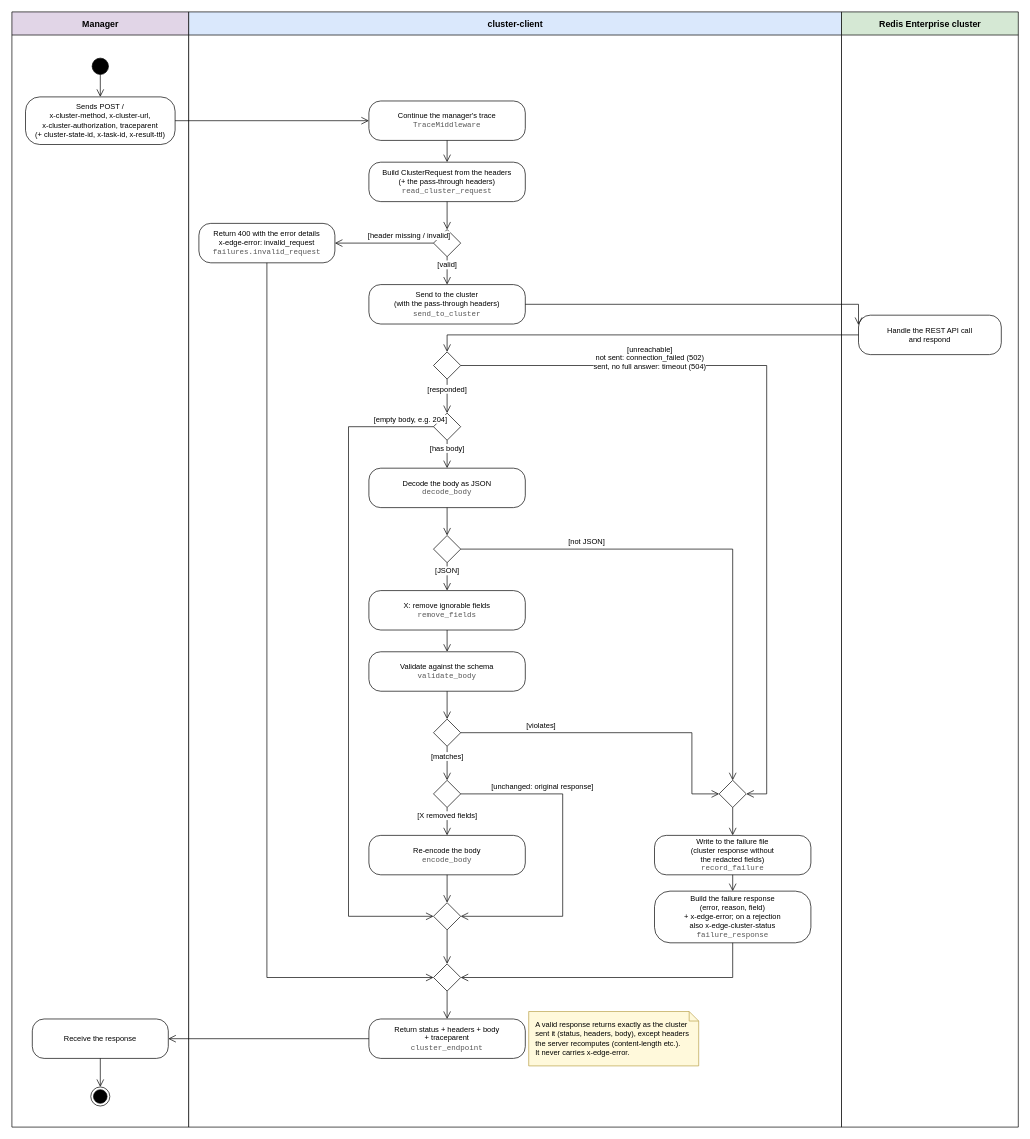
This is docs/diagrams/flow.drawio from EliShteinman/cluster-client, a draw.io file, before an edit. Source tidied: cells renumbered, new cells numbered last; positions are measured from the earlier drawing's top-left corner, leaving out a move shared by most shapes. Both pictures are drawn from the tidied source at 68%, with x=0, y=0 at pixel (12, 12).
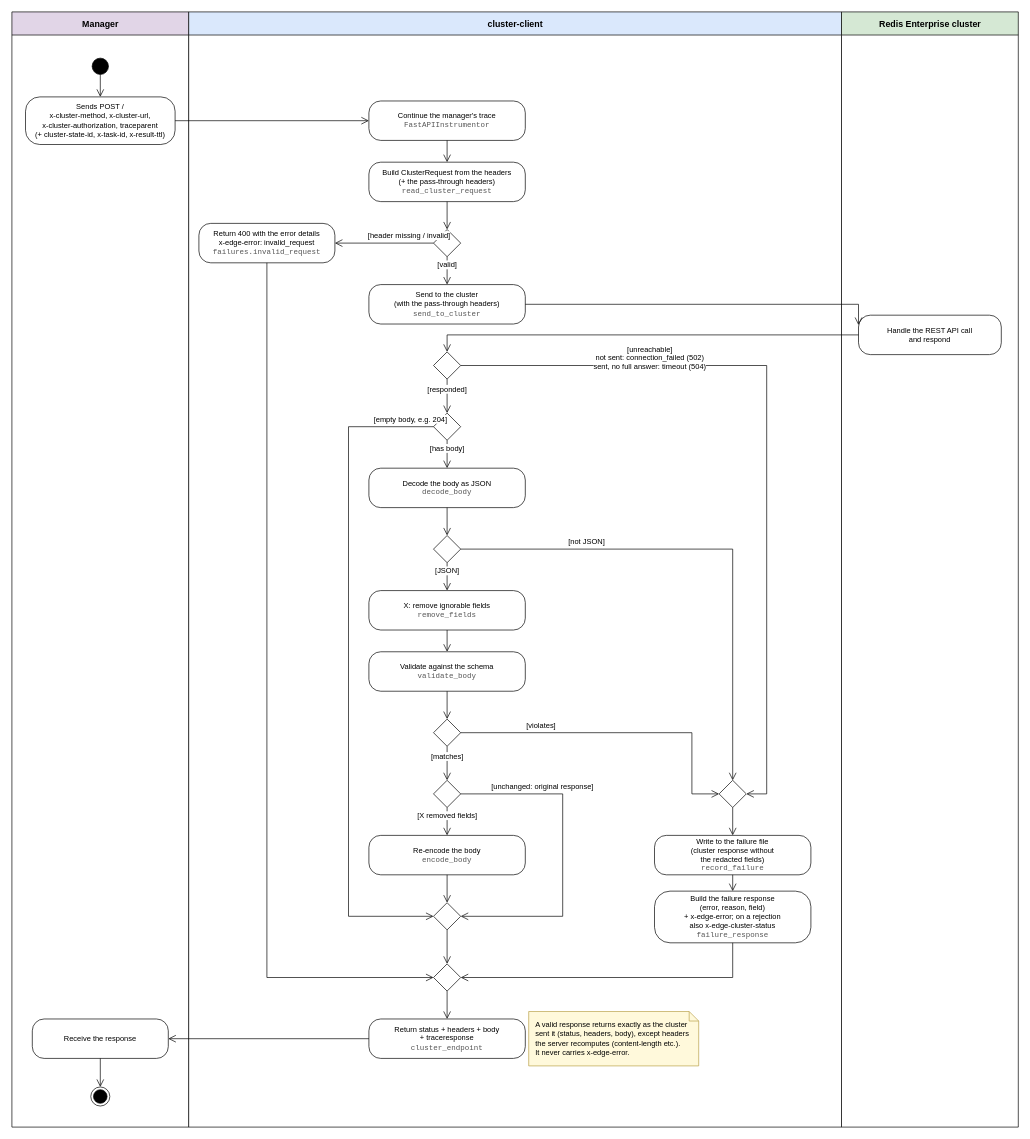
The same diagram, later.

Change to the diagram source:
```diff
@@
-    <mxCell id="7" value="Continue the manager&amp;#x27;s trace&lt;br&gt;&lt;font color=&quot;#555555&quot; face=&quot;Courier New&quot;&gt;TraceMiddleware&lt;/font&gt;" style="rounded=1;arcSize=30;whiteSpace=wrap;html=1;fillColor=#FFFFFF;fontFamily=Helvetica;fontSize=11;" parent="1" vertex="1">
+    <mxCell id="7" value="Continue the manager&amp;#x27;s trace&lt;br&gt;&lt;font color=&quot;#555555&quot; face=&quot;Courier New&quot;&gt;FastAPIInstrumentor&lt;/font&gt;" style="rounded=1;arcSize=30;whiteSpace=wrap;html=1;fillColor=#FFFFFF;fontFamily=Helvetica;fontSize=11;" parent="1" vertex="1">
       <mxGeometry x="525" y="131" width="230" height="58" as="geometry" />
     </mxCell>
@@
-    <mxCell id="27" value="Return status + headers + body&lt;br&gt;+ traceparent&lt;br&gt;&lt;font color=&quot;#555555&quot; face=&quot;Courier New&quot;&gt;cluster_endpoint&lt;/font&gt;" style="rounded=1;arcSize=30;whiteSpace=wrap;html=1;fillColor=#FFFFFF;fontFamily=Helvetica;fontSize=11;" parent="1" vertex="1">
+    <mxCell id="27" value="Return status + headers + body&lt;br&gt;+ traceresponse&lt;br&gt;&lt;font color=&quot;#555555&quot; face=&quot;Courier New&quot;&gt;cluster_endpoint&lt;/font&gt;" style="rounded=1;arcSize=30;whiteSpace=wrap;html=1;fillColor=#FFFFFF;fontFamily=Helvetica;fontSize=11;" parent="1" vertex="1">
       <mxGeometry x="525" y="1481" width="230" height="58" as="geometry" />
     </mxCell>
```
